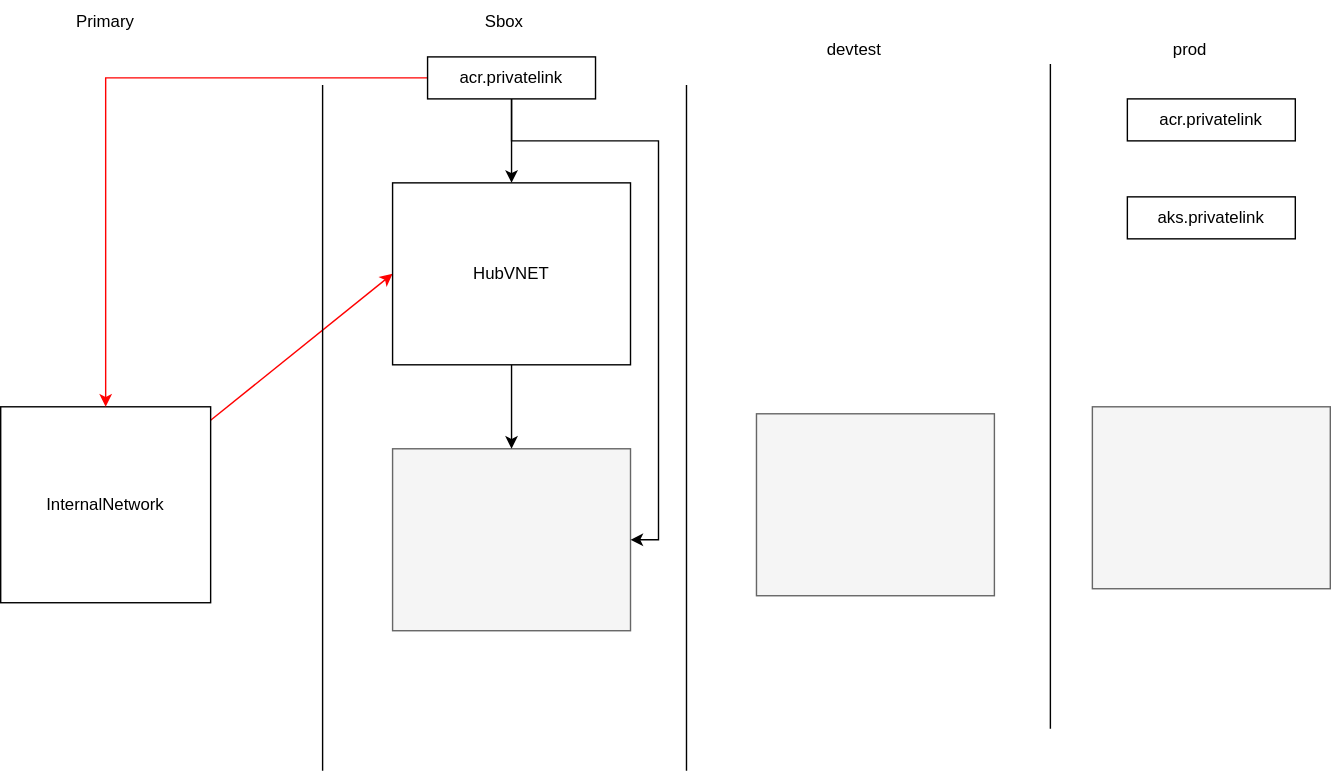
Above: infra/HubSpokeLinkingBeforePalo.svg in vjavle/invoicecloud (draw.io), before the change. Source tidied: cells renumbered, new cells last; positions are measured from the earlier drawing's top-left corner, leaving out a move shared by most shapes.
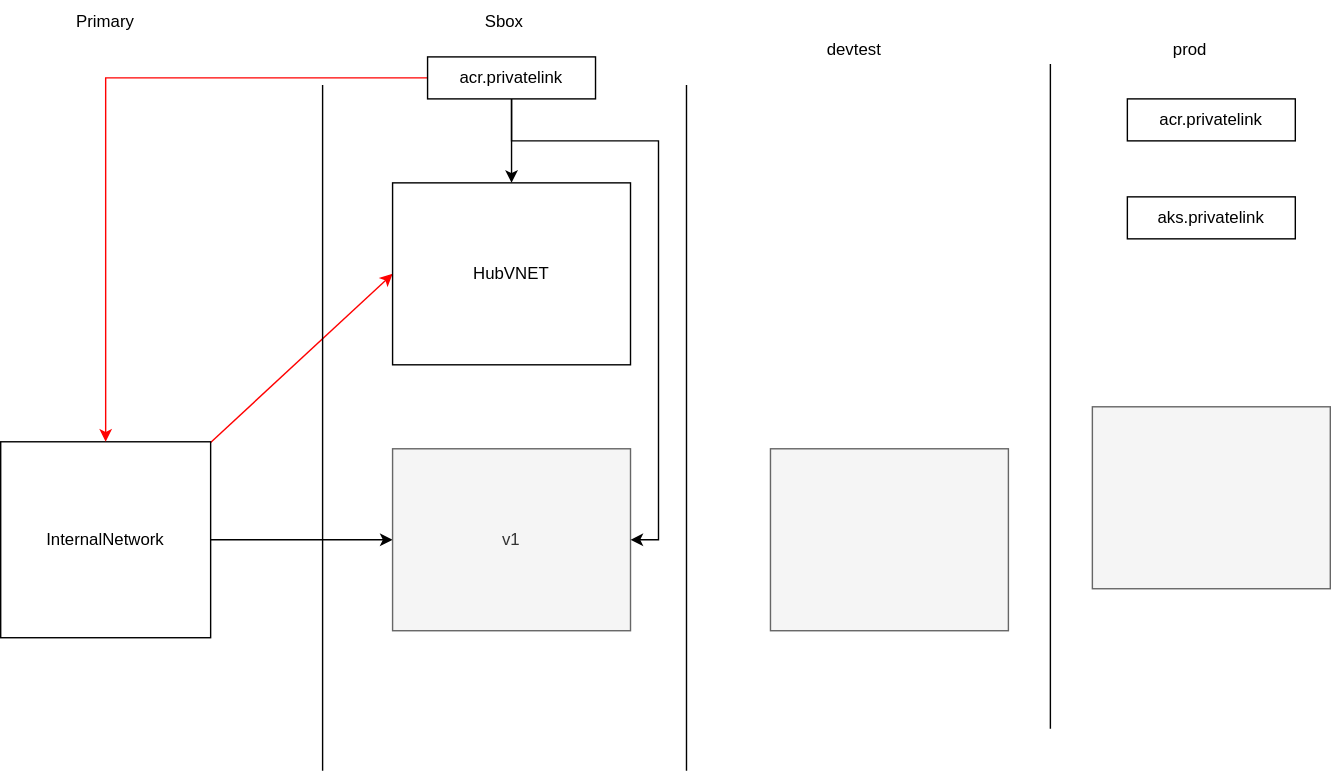
Later version of the same file.

Diff of the diagram source:
```diff
@@ -5,21 +5,21 @@
     <mxCell id="2" style="rounded=0;jettySize=auto;html=1;entryX=0;entryY=0.5;entryDx=0;entryDy=0;strokeColor=#FF0000;" parent="1" edge="1" source="3" target="8">
       <mxGeometry relative="1" as="geometry" />
     </mxCell>
+    <mxCell id="22" style="edgeStyle=orthogonalEdgeStyle;rounded=0;jettySize=auto;html=1;" parent="1" edge="1" source="3" target="4">
+      <mxGeometry relative="1" as="geometry" />
+    </mxCell>
     <mxCell id="3" value="InternalNetwork" style="rounded=0;whiteSpace=wrap;html=1;" parent="1" vertex="1">
-      <mxGeometry y="290" width="150" height="140" as="geometry" />
+      <mxGeometry y="315" width="150" height="140" as="geometry" />
     </mxCell>
-    <mxCell id="4" style="rounded=0;whiteSpace=wrap;html=1;fillColor=#f5f5f5;fontColor=#333333;strokeColor=#666666;" parent="1" vertex="1">
+    <mxCell id="4" value="v1" style="rounded=0;whiteSpace=wrap;html=1;fillColor=#f5f5f5;fontColor=#333333;strokeColor=#666666;" parent="1" vertex="1">
       <mxGeometry x="280" y="320" width="170" height="130" as="geometry" />
     </mxCell>
     <mxCell id="5" style="rounded=0;whiteSpace=wrap;html=1;fillColor=#f5f5f5;fontColor=#333333;strokeColor=#666666;" parent="1" vertex="1">
-      <mxGeometry x="540" y="295" width="170" height="130" as="geometry" />
+      <mxGeometry x="550" y="320" width="170" height="130" as="geometry" />
     </mxCell>
     <mxCell id="6" style="rounded=0;whiteSpace=wrap;html=1;fillColor=#f5f5f5;fontColor=#333333;strokeColor=#666666;" parent="1" vertex="1">
       <mxGeometry x="780" y="290" width="170" height="130" as="geometry" />
     </mxCell>
-    <mxCell id="7" style="edgeStyle=orthogonalEdgeStyle;rounded=0;jettySize=auto;html=1;" parent="1" edge="1" source="8" target="4">
-      <mxGeometry relative="1" as="geometry" />
-    </mxCell>
     <mxCell id="8" value="HubVNET" style="rounded=0;whiteSpace=wrap;html=1;" parent="1" vertex="1">
       <mxGeometry x="280" y="130" width="170" height="130" as="geometry" />
     </mxCell>
```
